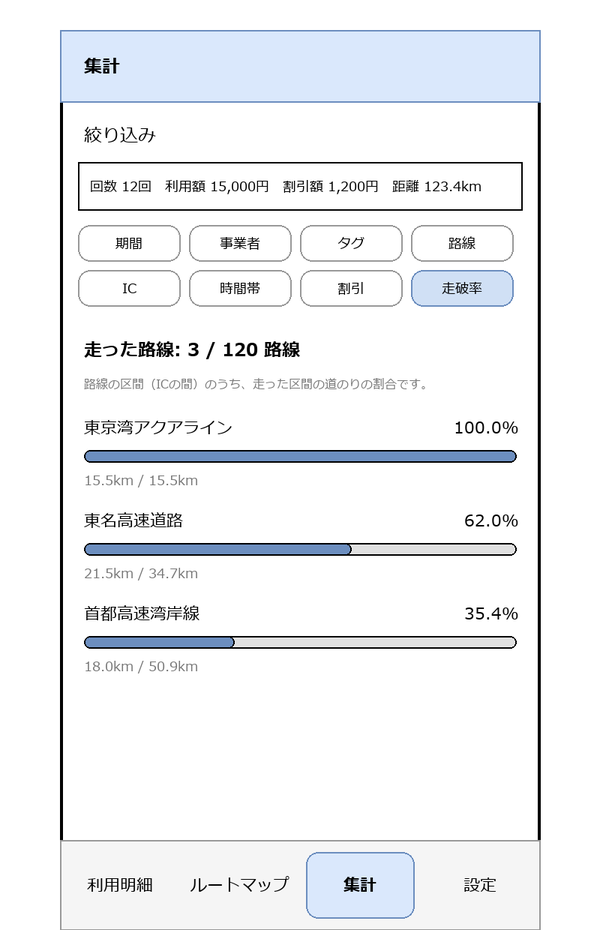
This is docs/systems/screens/images/SCR-006-coverage.drawio.png from hnt1028/etc-meisai, a draw.io export, as it was before one commit. Source tidied: cells renumbered, new cells last; positions are measured from the earlier drawing's top-left corner, leaving out a move shared by most shapes. Its diagram source:
```xml
<mxGraphModel>
  <root>
    <mxCell id="0" />
    <mxCell id="1" parent="0" />
    <mxCell id="2" style="rounded=1;whiteSpace=wrap;html=1;arcSize=3;strokeWidth=2;" parent="1" vertex="1">
      <mxGeometry width="320" height="600" as="geometry" />
    </mxCell>
    <mxCell id="3" value="集計" style="rounded=0;whiteSpace=wrap;html=1;align=left;spacingLeft=16;fontStyle=1;fillColor=#dae8fc;strokeColor=#6c8ebf;" parent="1" vertex="1">
      <mxGeometry width="320" height="48" as="geometry" />
    </mxCell>
    <mxCell id="4" value="絞り込み" style="text;html=1;align=left;verticalAlign=middle;" parent="1" vertex="1">
      <mxGeometry x="16" y="58" width="200" height="24" as="geometry" />
    </mxCell>
    <mxCell id="5" value="回数 12回　利用額 15,000円　割引額 1,200円　距離 123.4km" style="rounded=0;whiteSpace=wrap;html=1;align=left;spacingLeft=8;fontSize=10;fillColor=none;fontSize=9;" parent="1" vertex="1">
      <mxGeometry x="12" y="88" width="296" height="32" as="geometry" />
    </mxCell>
    <mxCell id="6" value="期間" style="rounded=1;whiteSpace=wrap;html=1;arcSize=30;fillColor=#ffffff;strokeColor=#999999;fontSize=9;" parent="1" vertex="1">
      <mxGeometry x="12" y="130" width="68" height="24" as="geometry" />
    </mxCell>
    <mxCell id="7" value="事業者" style="rounded=1;whiteSpace=wrap;html=1;arcSize=30;fillColor=#ffffff;strokeColor=#999999;fontSize=9;" parent="1" vertex="1">
      <mxGeometry x="86" y="130" width="68" height="24" as="geometry" />
    </mxCell>
    <mxCell id="8" value="タグ" style="rounded=1;whiteSpace=wrap;html=1;arcSize=30;fillColor=#ffffff;strokeColor=#999999;fontSize=9;" parent="1" vertex="1">
      <mxGeometry x="160" y="130" width="68" height="24" as="geometry" />
    </mxCell>
    <mxCell id="9" value="路線" style="rounded=1;whiteSpace=wrap;html=1;arcSize=30;fillColor=#ffffff;strokeColor=#999999;fontSize=9;" parent="1" vertex="1">
      <mxGeometry x="234" y="130" width="68" height="24" as="geometry" />
    </mxCell>
    <mxCell id="10" value="IC" style="rounded=1;whiteSpace=wrap;html=1;arcSize=30;fillColor=#ffffff;strokeColor=#999999;fontSize=9;" parent="1" vertex="1">
      <mxGeometry x="12" y="160" width="68" height="24" as="geometry" />
    </mxCell>
    <mxCell id="11" value="時間帯" style="rounded=1;whiteSpace=wrap;html=1;arcSize=30;fillColor=#ffffff;strokeColor=#999999;fontSize=9;" parent="1" vertex="1">
      <mxGeometry x="86" y="160" width="68" height="24" as="geometry" />
    </mxCell>
    <mxCell id="12" value="割引" style="rounded=1;whiteSpace=wrap;html=1;arcSize=30;fillColor=#ffffff;strokeColor=#999999;fontSize=9;" parent="1" vertex="1">
      <mxGeometry x="160" y="160" width="68" height="24" as="geometry" />
    </mxCell>
    <mxCell id="13" value="走破率" style="rounded=1;whiteSpace=wrap;html=1;arcSize=30;fillColor=#d0e0f5;strokeColor=#6c8ebf;fontSize=9;" parent="1" vertex="1">
      <mxGeometry x="234" y="160" width="68" height="24" as="geometry" />
    </mxCell>
    <mxCell id="14" value="走った路線: 3 / 120 路線" style="text;html=1;align=left;verticalAlign=middle;fontStyle=1;" parent="1" vertex="1">
      <mxGeometry x="16" y="202" width="288" height="22" as="geometry" />
    </mxCell>
    <mxCell id="15" value="路線の区間（ICの間）のうち、走った区間の道のりの割合です。" style="text;html=1;align=left;verticalAlign=middle;fontSize=8;fontColor=#777777;" parent="1" vertex="1">
      <mxGeometry x="16" y="224" width="288" height="24" as="geometry" />
    </mxCell>
    <mxCell id="16" value="東京湾アクアライン" style="text;html=1;align=left;verticalAlign=middle;fontSize=11;" parent="1" vertex="1">
      <mxGeometry x="16" y="256" width="200" height="18" as="geometry" />
    </mxCell>
    <mxCell id="17" value="100.0%" style="text;html=1;align=right;verticalAlign=middle;fontSize=11;" parent="1" vertex="1">
      <mxGeometry x="236" y="256" width="70" height="18" as="geometry" />
    </mxCell>
    <mxCell id="18" style="rounded=1;whiteSpace=wrap;html=1;arcSize=50;fillColor=#e0e0e0;strokeColor=none;" parent="1" vertex="1">
      <mxGeometry x="16" y="280" width="288" height="8" as="geometry" />
    </mxCell>
    <mxCell id="19" style="rounded=1;whiteSpace=wrap;html=1;arcSize=50;fillColor=#6c8ebf;strokeColor=none;" parent="1" vertex="1">
      <mxGeometry x="16" y="280" width="288" height="8" as="geometry" />
    </mxCell>
    <mxCell id="20" value="15.5km / 15.5km" style="text;html=1;align=left;verticalAlign=middle;fontSize=9;fontColor=#777777;" parent="1" vertex="1">
      <mxGeometry x="16" y="292" width="200" height="16" as="geometry" />
    </mxCell>
    <mxCell id="21" value="東名高速道路" style="text;html=1;align=left;verticalAlign=middle;fontSize=11;" parent="1" vertex="1">
      <mxGeometry x="16" y="318" width="200" height="18" as="geometry" />
    </mxCell>
    <mxCell id="22" value="62.0%" style="text;html=1;align=right;verticalAlign=middle;fontSize=11;" parent="1" vertex="1">
      <mxGeometry x="236" y="318" width="70" height="18" as="geometry" />
    </mxCell>
    <mxCell id="23" style="rounded=1;whiteSpace=wrap;html=1;arcSize=50;fillColor=#e0e0e0;strokeColor=none;" parent="1" vertex="1">
      <mxGeometry x="16" y="342" width="288" height="8" as="geometry" />
    </mxCell>
    <mxCell id="24" style="rounded=1;whiteSpace=wrap;html=1;arcSize=50;fillColor=#6c8ebf;strokeColor=none;" parent="1" vertex="1">
      <mxGeometry x="16" y="342" width="178" height="8" as="geometry" />
    </mxCell>
    <mxCell id="25" value="21.5km / 34.7km" style="text;html=1;align=left;verticalAlign=middle;fontSize=9;fontColor=#777777;" parent="1" vertex="1">
      <mxGeometry x="16" y="354" width="200" height="16" as="geometry" />
    </mxCell>
    <mxCell id="26" value="首都高速湾岸線" style="text;html=1;align=left;verticalAlign=middle;fontSize=11;" parent="1" vertex="1">
      <mxGeometry x="16" y="380" width="200" height="18" as="geometry" />
    </mxCell>
    <mxCell id="27" value="35.4%" style="text;html=1;align=right;verticalAlign=middle;fontSize=11;" parent="1" vertex="1">
      <mxGeometry x="236" y="380" width="70" height="18" as="geometry" />
    </mxCell>
    <mxCell id="28" style="rounded=1;whiteSpace=wrap;html=1;arcSize=50;fillColor=#e0e0e0;strokeColor=none;" parent="1" vertex="1">
      <mxGeometry x="16" y="404" width="288" height="8" as="geometry" />
    </mxCell>
    <mxCell id="29" style="rounded=1;whiteSpace=wrap;html=1;arcSize=50;fillColor=#6c8ebf;strokeColor=none;" parent="1" vertex="1">
      <mxGeometry x="16" y="404" width="100" height="8" as="geometry" />
    </mxCell>
    <mxCell id="30" value="18.0km / 50.9km" style="text;html=1;align=left;verticalAlign=middle;fontSize=9;fontColor=#777777;" parent="1" vertex="1">
      <mxGeometry x="16" y="416" width="200" height="16" as="geometry" />
    </mxCell>
    <mxCell id="31" style="rounded=0;whiteSpace=wrap;html=1;fillColor=#f5f5f5;strokeColor=#999999;" parent="1" vertex="1">
      <mxGeometry y="540" width="320" height="60" as="geometry" />
    </mxCell>
    <mxCell id="32" value="利用明細" style="rounded=1;whiteSpace=wrap;html=1;arcSize=40;fontSize=11;fillColor=none;strokeColor=#f5f5f5;" parent="1" vertex="1">
      <mxGeometry x="4" y="548" width="72" height="44" as="geometry" />
    </mxCell>
    <mxCell id="33" value="ルートマップ" style="rounded=1;whiteSpace=wrap;html=1;arcSize=40;fontSize=11;fillColor=none;strokeColor=#f5f5f5;" parent="1" vertex="1">
      <mxGeometry x="84" y="548" width="72" height="44" as="geometry" />
    </mxCell>
    <mxCell id="34" value="集計" style="rounded=1;whiteSpace=wrap;html=1;arcSize=40;fontSize=11;fillColor=#dae8fc;strokeColor=#6c8ebf;fontStyle=1;" parent="1" vertex="1">
      <mxGeometry x="164" y="548" width="72" height="44" as="geometry" />
    </mxCell>
    <mxCell id="35" value="設定" style="rounded=1;whiteSpace=wrap;html=1;arcSize=40;fontSize=11;fillColor=none;strokeColor=#f5f5f5;" parent="1" vertex="1">
      <mxGeometry x="244" y="548" width="72" height="44" as="geometry" />
    </mxCell>
  </root>
</mxGraphModel>
```
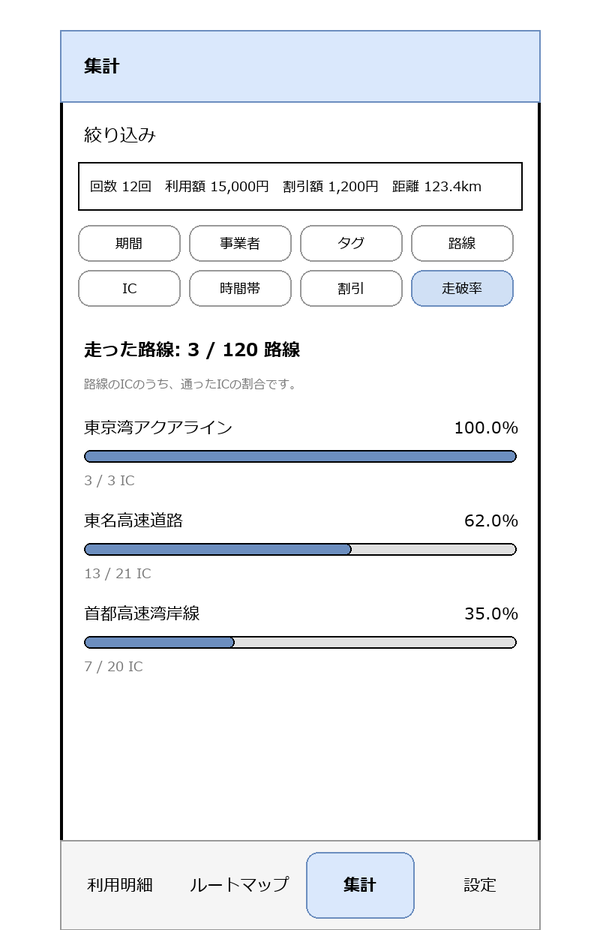
The same file after the commit.

Change to the diagram source:
```diff
@@ -41,7 +41,7 @@
     <mxCell id="14" value="走った路線: 3 / 120 路線" style="text;html=1;align=left;verticalAlign=middle;fontStyle=1;" parent="1" vertex="1">
       <mxGeometry x="16" y="202" width="288" height="22" as="geometry" />
     </mxCell>
-    <mxCell id="15" value="路線の区間（ICの間）のうち、走った区間の道のりの割合です。" style="text;html=1;align=left;verticalAlign=middle;fontSize=8;fontColor=#777777;" parent="1" vertex="1">
+    <mxCell id="15" value="路線のICのうち、通ったICの割合です。" style="text;html=1;align=left;verticalAlign=middle;fontSize=8;fontColor=#777777;" parent="1" vertex="1">
       <mxGeometry x="16" y="224" width="288" height="24" as="geometry" />
     </mxCell>
     <mxCell id="16" value="東京湾アクアライン" style="text;html=1;align=left;verticalAlign=middle;fontSize=11;" parent="1" vertex="1">
@@ -56,7 +56,7 @@
     <mxCell id="19" style="rounded=1;whiteSpace=wrap;html=1;arcSize=50;fillColor=#6c8ebf;strokeColor=none;" parent="1" vertex="1">
       <mxGeometry x="16" y="280" width="288" height="8" as="geometry" />
     </mxCell>
-    <mxCell id="20" value="15.5km / 15.5km" style="text;html=1;align=left;verticalAlign=middle;fontSize=9;fontColor=#777777;" parent="1" vertex="1">
+    <mxCell id="20" value="3 / 3 IC" style="text;html=1;align=left;verticalAlign=middle;fontSize=9;fontColor=#777777;" parent="1" vertex="1">
       <mxGeometry x="16" y="292" width="200" height="16" as="geometry" />
     </mxCell>
     <mxCell id="21" value="東名高速道路" style="text;html=1;align=left;verticalAlign=middle;fontSize=11;" parent="1" vertex="1">
@@ -71,13 +71,13 @@
     <mxCell id="24" style="rounded=1;whiteSpace=wrap;html=1;arcSize=50;fillColor=#6c8ebf;strokeColor=none;" parent="1" vertex="1">
       <mxGeometry x="16" y="342" width="178" height="8" as="geometry" />
     </mxCell>
-    <mxCell id="25" value="21.5km / 34.7km" style="text;html=1;align=left;verticalAlign=middle;fontSize=9;fontColor=#777777;" parent="1" vertex="1">
+    <mxCell id="25" value="13 / 21 IC" style="text;html=1;align=left;verticalAlign=middle;fontSize=9;fontColor=#777777;" parent="1" vertex="1">
       <mxGeometry x="16" y="354" width="200" height="16" as="geometry" />
     </mxCell>
     <mxCell id="26" value="首都高速湾岸線" style="text;html=1;align=left;verticalAlign=middle;fontSize=11;" parent="1" vertex="1">
       <mxGeometry x="16" y="380" width="200" height="18" as="geometry" />
     </mxCell>
-    <mxCell id="27" value="35.4%" style="text;html=1;align=right;verticalAlign=middle;fontSize=11;" parent="1" vertex="1">
+    <mxCell id="27" value="35.0%" style="text;html=1;align=right;verticalAlign=middle;fontSize=11;" parent="1" vertex="1">
       <mxGeometry x="236" y="380" width="70" height="18" as="geometry" />
     </mxCell>
     <mxCell id="28" style="rounded=1;whiteSpace=wrap;html=1;arcSize=50;fillColor=#e0e0e0;strokeColor=none;" parent="1" vertex="1">
@@ -86,7 +86,7 @@
     <mxCell id="29" style="rounded=1;whiteSpace=wrap;html=1;arcSize=50;fillColor=#6c8ebf;strokeColor=none;" parent="1" vertex="1">
       <mxGeometry x="16" y="404" width="100" height="8" as="geometry" />
     </mxCell>
-    <mxCell id="30" value="18.0km / 50.9km" style="text;html=1;align=left;verticalAlign=middle;fontSize=9;fontColor=#777777;" parent="1" vertex="1">
+    <mxCell id="30" value="7 / 20 IC" style="text;html=1;align=left;verticalAlign=middle;fontSize=9;fontColor=#777777;" parent="1" vertex="1">
       <mxGeometry x="16" y="416" width="200" height="16" as="geometry" />
     </mxCell>
     <mxCell id="31" style="rounded=0;whiteSpace=wrap;html=1;fillColor=#f5f5f5;strokeColor=#999999;" parent="1" vertex="1">
```
